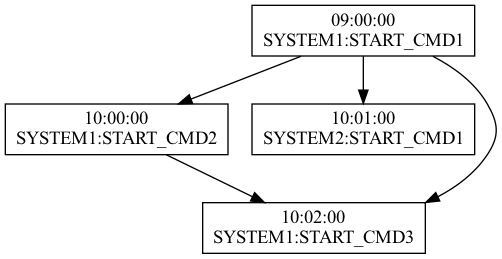
The Graphviz diagram projects/DrawTOP/test.gv.png in Kaisyouu/SSE, before a commit. Its source is kept beside it as projects/DrawTOP/Test.gv. The source it was exported from:
```dot
digraph test {
	1 [label="09:00:00
SYSTEM1:START_CMD1" shape=box]
	2 [label="10:00:00
SYSTEM1:START_CMD2" shape=box]
	3 [label="10:01:00
SYSTEM2:START_CMD1" shape=box]
	4 [label="10:02:00
SYSTEM1:START_CMD3" shape=box]
	1 -> 2
	1 -> 3
	2 -> 4
	1 -> 4
}
```
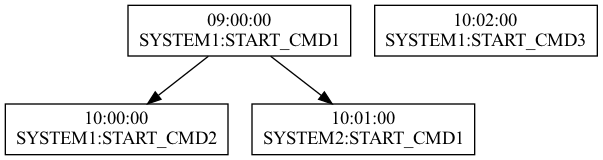
The same file after the commit.

Diff of the diagram source:
```diff
@@ -9,6 +9,4 @@
 SYSTEM1:START_CMD3" shape=box]
 	1 -> 2
 	1 -> 3
-	2 -> 4
-	1 -> 4
 }
```
